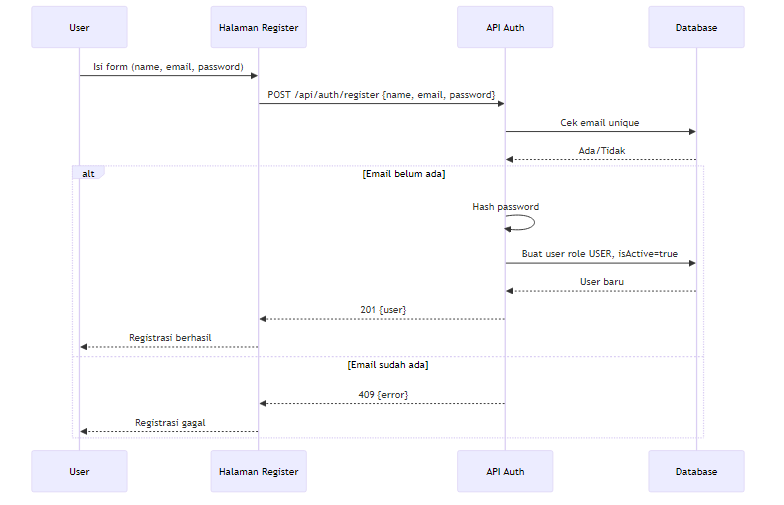
The Mermaid diagram public/diagrams/seq_register_user.png in QilAqil/PPTB_BQ, before a commit. Its source is kept beside it as diagrams/seq_register_user.mmd. The source it was exported from:
```mermaid
sequenceDiagram
  participant U as User
  participant UI as Halaman Register
  participant API as API Auth
  participant DB as Database

  U->>UI: Isi form (name, email, password)
  UI->>API: POST /api/auth/register {name, email, password}
  API->>DB: Cek email unique
  DB-->>API: Ada/Tidak
  alt Email belum ada
    API->>API: Hash password
    API->>DB: Buat user role USER, isActive=true
    DB-->>API: User baru
    API-->>UI: 201 {user}
    UI-->>U: Registrasi berhasil
  else Email sudah ada
    API-->>UI: 409 {error}
    UI-->>U: Registrasi gagal
  end
```
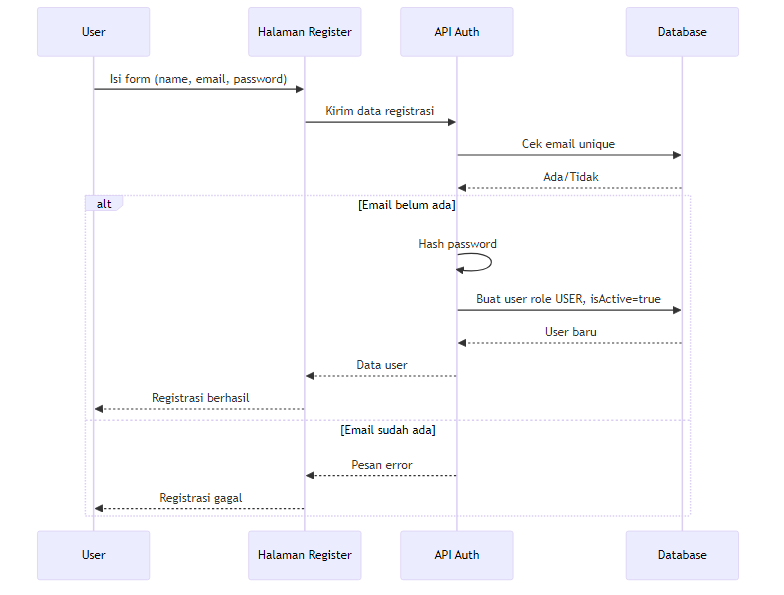
After the change.

What changed in the source:
```diff
@@ -5,16 +5,16 @@
   participant DB as Database
 
   U->>UI: Isi form (name, email, password)
-  UI->>API: POST /api/auth/register {name, email, password}
+  UI->>API: Kirim data registrasi
   API->>DB: Cek email unique
   DB-->>API: Ada/Tidak
   alt Email belum ada
     API->>API: Hash password
     API->>DB: Buat user role USER, isActive=true
     DB-->>API: User baru
-    API-->>UI: 201 {user}
+    API-->>UI: Data user
     UI-->>U: Registrasi berhasil
   else Email sudah ada
-    API-->>UI: 409 {error}
+    API-->>UI: Pesan error
     UI-->>U: Registrasi gagal
   end
```
